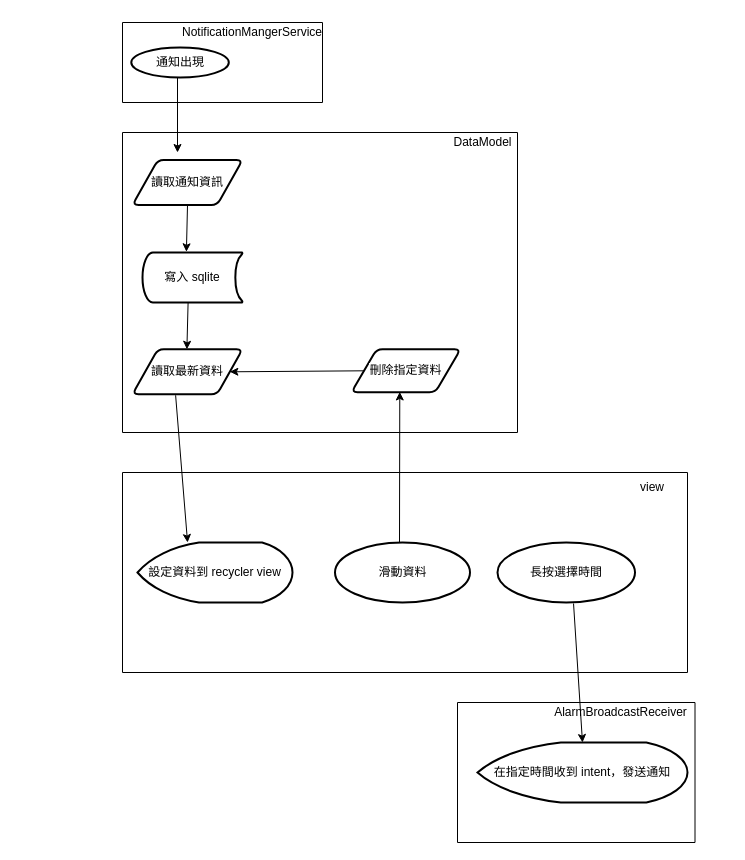
Before: Untitled Diagram.drawio in ggjj321/android110-2, a draw.io diagram. Source tidied: cells renumbered, new cells numbered last; positions are measured from the earlier drawing's top-left corner, leaving out a move shared by most shapes. Both pictures are drawn from the tidied source at 100%, with x=0, y=0 at pixel (122, 17).
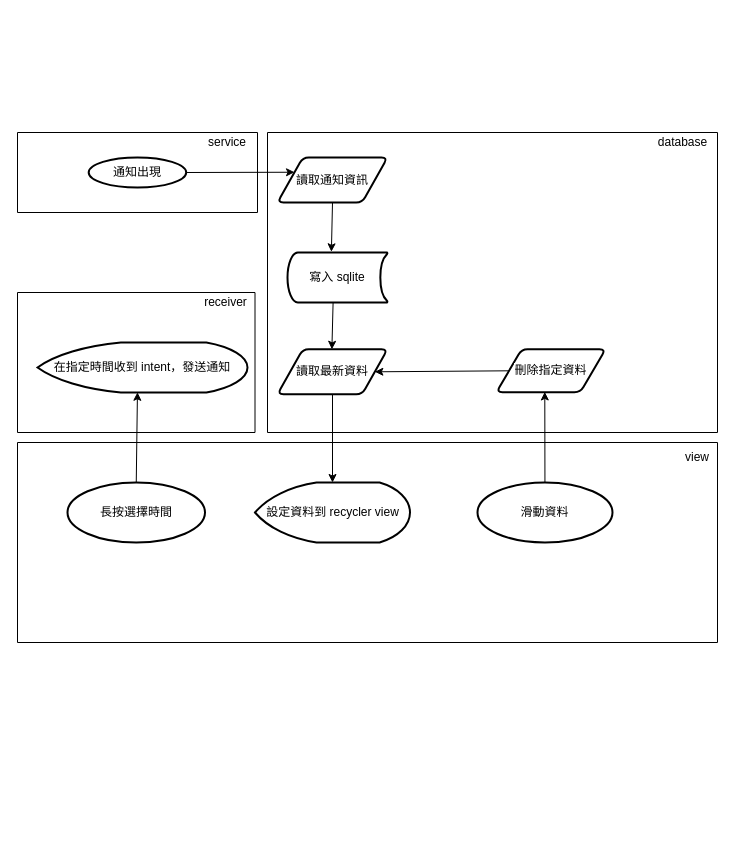
The same diagram, later.

The change refers to these unchanged cells:
```xml
<mxCell id="9" value="讀取最新資料" style="shape=parallelogram;html=1;strokeWidth=2;perimeter=parallelogramPerimeter;whiteSpace=wrap;rounded=1;arcSize=12;size=0.23;labelBackgroundColor=#FFFFFF;fontSize=12;fontColor=#000000;" parent="6" vertex="1">
  <mxGeometry x="10" y="216.8" width="110" height="45" as="geometry" />
</mxCell>
<mxCell id="13" value="刪除指定資料" style="shape=parallelogram;html=1;strokeWidth=2;perimeter=parallelogramPerimeter;whiteSpace=wrap;rounded=1;arcSize=12;size=0.23;labelBackgroundColor=#FFFFFF;fontSize=12;fontColor=#000000;" parent="6" vertex="1">
  <mxGeometry x="229" y="216.8" width="109" height="43" as="geometry" />
</mxCell>
```

What changed in the source:
```diff
@@
-    <mxCell id="2" style="endArrow=classic;html=1;rounded=0;" parent="1" edge="1">
-      <mxGeometry relative="1" as="geometry">
-        <mxPoint x="55" y="55" as="sourcePoint" />
-        <mxPoint x="55" y="135" as="targetPoint" />
-      </mxGeometry>
-    </mxCell>
     <mxCell id="3" style="swimlane;startSize=0;strokeColor=#000000;" parent="1" vertex="1">
-      <mxGeometry y="5" width="200" height="80" as="geometry" />
+      <mxGeometry x="-105" y="115" width="240" height="80" as="geometry" />
     </mxCell>
     <mxCell id="4" value="通知出現" style="strokeWidth=2;html=1;shape=mxgraph.flowchart.start_1;whiteSpace=wrap;" parent="3" vertex="1">
-      <mxGeometry x="8.8" y="25" width="97.5" height="30" as="geometry" />
+      <mxGeometry x="71.2" y="25" width="97.5" height="30" as="geometry" />
     </mxCell>
-    <mxCell id="5" value="&lt;font style=&quot;font-size: 12px;&quot;&gt;NotificationMangerService&lt;/font&gt;" style="text;html=1;strokeColor=none;fillColor=none;align=center;verticalAlign=middle;whiteSpace=wrap;rounded=0;" parent="3" vertex="1">
-      <mxGeometry x="100" y="-5" width="60" height="30" as="geometry" />
+    <mxCell id="5" value="&lt;font style=&quot;font-size: 12px;&quot;&gt;service&lt;/font&gt;" style="text;html=1;strokeColor=none;fillColor=none;align=center;verticalAlign=middle;whiteSpace=wrap;rounded=0;" parent="3" vertex="1">
+      <mxGeometry x="180" y="-5" width="60" height="30" as="geometry" />
     </mxCell>
     <mxCell id="6" style="swimlane;startSize=0;fontSize=12;strokeColor=#000000;" parent="1" vertex="1">
-      <mxGeometry y="115" width="395" height="300" as="geometry" />
+      <mxGeometry x="145" y="115" width="450" height="300" as="geometry" />
     </mxCell>
     <mxCell id="7" value="讀取通知資訊" style="shape=parallelogram;html=1;strokeWidth=2;perimeter=parallelogramPerimeter;whiteSpace=wrap;rounded=1;arcSize=12;size=0.23;labelBackgroundColor=#FFFFFF;fontSize=12;fontColor=#000000;" parent="6" vertex="1">
-      <mxGeometry x="10" y="27.5" width="110" height="45" as="geometry" />
+      <mxGeometry x="10" y="25" width="110" height="45" as="geometry" />
     </mxCell>
@@
-    <mxCell id="11" value="DataModel" style="text;html=1;align=center;verticalAlign=middle;strokeColor=none;fillColor=none;fontSize=12;fontColor=#000000;" parent="6" vertex="1">
-      <mxGeometry x="325" width="70" height="20" as="geometry" />
+    <mxCell id="11" value="database" style="text;html=1;align=center;verticalAlign=middle;strokeColor=none;fillColor=none;fontSize=12;fontColor=#000000;" parent="6" vertex="1">
+      <mxGeometry x="385" width="60" height="20" as="geometry" />
     </mxCell>
@@
     <mxCell id="15" style="swimlane;startSize=0;labelBackgroundColor=#FFFFFF;fontSize=12;fontColor=#000000;strokeColor=#000000;" parent="1" vertex="1">
-      <mxGeometry y="455" width="565" height="200" as="geometry" />
+      <mxGeometry x="-105" y="425" width="700" height="200" as="geometry" />
     </mxCell>
     <mxCell id="16" value="view" style="text;html=1;strokeColor=none;fillColor=none;align=center;verticalAlign=middle;whiteSpace=wrap;rounded=0;labelBackgroundColor=#FFFFFF;fontSize=12;fontColor=#000000;" parent="15" vertex="1">
-      <mxGeometry x="500" width="60" height="30" as="geometry" />
+      <mxGeometry x="650" width="60" height="30" as="geometry" />
     </mxCell>
     <mxCell id="17" value="設定資料到 recycler view" style="strokeWidth=2;html=1;shape=mxgraph.flowchart.display;whiteSpace=wrap;labelBackgroundColor=#FFFFFF;fontSize=12;fontColor=#000000;" parent="15" vertex="1">
-      <mxGeometry x="15" y="70" width="155" height="60" as="geometry" />
+      <mxGeometry x="237.5" y="40" width="155" height="60" as="geometry" />
     </mxCell>
     <mxCell id="18" value="滑動資料" style="strokeWidth=2;html=1;shape=mxgraph.flowchart.start_1;whiteSpace=wrap;labelBackgroundColor=#FFFFFF;fontSize=12;fontColor=#000000;" parent="15" vertex="1">
-      <mxGeometry x="212.5" y="70" width="135" height="60" as="geometry" />
+      <mxGeometry x="460" y="40" width="135" height="60" as="geometry" />
     </mxCell>
     <mxCell id="19" value="長按選擇時間" style="strokeWidth=2;html=1;shape=mxgraph.flowchart.start_1;whiteSpace=wrap;labelBackgroundColor=#FFFFFF;fontSize=12;fontColor=#000000;" parent="15" vertex="1">
-      <mxGeometry x="375" y="70" width="137.5" height="60" as="geometry" />
+      <mxGeometry x="50" y="40" width="137.5" height="60" as="geometry" />
     </mxCell>
-    <mxCell id="20" style="endArrow=classic;html=1;rounded=0;fontSize=12;fontColor=#000000;exitX=0.392;exitY=1.022;exitDx=0;exitDy=0;exitPerimeter=0;entryX=0.323;entryY=0;entryDx=0;entryDy=0;entryPerimeter=0;" parent="1" edge="1" source="9" target="17">
-      <mxGeometry relative="1" as="geometry" />
-    </mxCell>
-    <mxCell id="21" style="endArrow=classic;html=1;rounded=0;fontSize=12;fontColor=#000000;entryX=0.443;entryY=0.992;entryDx=0;entryDy=0;entryPerimeter=0;" parent="1" edge="1" target="13">
-      <mxGeometry relative="1" as="geometry">
-        <mxPoint x="277" y="525" as="sourcePoint" />
-      </mxGeometry>
+    <mxCell id="21" style="endArrow=classic;html=1;rounded=0;fontSize=12;fontColor=#000000;entryX=0.443;entryY=0.992;entryDx=0;entryDy=0;entryPerimeter=0;" parent="1" edge="1" source="18" target="13">
+      <mxGeometry relative="1" as="geometry" />
     </mxCell>
     <mxCell id="22" style="swimlane;startSize=0;labelBackgroundColor=#FFFFFF;fontSize=12;fontColor=#000000;strokeColor=#000000;" parent="1" vertex="1">
-      <mxGeometry x="335" y="685" width="237.5" height="140" as="geometry" />
+      <mxGeometry x="-105" y="275" width="237.5" height="140" as="geometry" />
     </mxCell>
-    <mxCell id="23" value="AlarmBroadcastReceiver" style="text;html=1;align=center;verticalAlign=middle;strokeColor=none;fillColor=none;fontSize=12;fontColor=#000000;" parent="22" vertex="1">
-      <mxGeometry x="87.5" width="150" height="20" as="geometry" />
+    <mxCell id="23" value="receiver" style="text;html=1;align=center;verticalAlign=middle;strokeColor=none;fillColor=none;fontSize=12;fontColor=#000000;" parent="22" vertex="1">
+      <mxGeometry x="177.5" width="60" height="20" as="geometry" />
     </mxCell>
     <mxCell id="24" value="在指定時間收到 intent，發送通知" style="strokeWidth=2;html=1;shape=mxgraph.flowchart.display;whiteSpace=wrap;labelBackgroundColor=#FFFFFF;fontSize=12;fontColor=#000000;" parent="22" vertex="1">
-      <mxGeometry x="20" y="40" width="210" height="60" as="geometry" />
+      <mxGeometry x="20" y="50" width="210" height="50" as="geometry" />
     </mxCell>
+    <mxCell id="20" style="endArrow=classic;html=1;rounded=0;fontSize=12;fontColor=#000000;exitX=0.5;exitY=1;exitDx=0;exitDy=0;" parent="1" edge="1" source="9" target="17">
+      <mxGeometry relative="1" as="geometry" />
+    </mxCell>
-    <mxCell id="25" style="endArrow=classic;html=1;rounded=0;fontSize=12;fontColor=#000000;exitX=0.553;exitY=1.017;exitDx=0;exitDy=0;exitPerimeter=0;entryX=0.5;entryY=0;entryDx=0;entryDy=0;entryPerimeter=0;" parent="1" edge="1" source="19" target="24">
+    <mxCell id="25" style="endArrow=classic;html=1;rounded=0;fontSize=12;fontColor=#000000;exitX=0.5;exitY=0;exitDx=0;exitDy=0;exitPerimeter=0;entryX=0.476;entryY=0.996;entryDx=0;entryDy=0;entryPerimeter=0;" parent="1" edge="1" source="19" target="24">
       <mxGeometry relative="1" as="geometry" />
     </mxCell>
+    <mxCell id="2" style="endArrow=classic;html=1;rounded=0;entryX=0;entryY=0.25;entryDx=0;entryDy=0;exitX=1;exitY=0.5;exitDx=0;exitDy=0;exitPerimeter=0;" parent="1" edge="1" source="4" target="7">
+      <mxGeometry relative="1" as="geometry" />
+    </mxCell>
```
